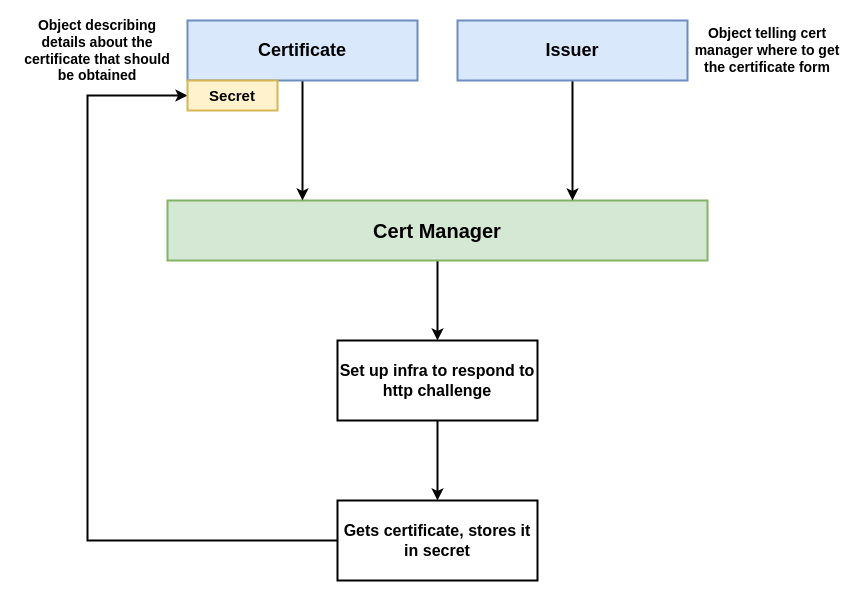
Above: page "Cert Manager" (14 of 14) of kubernetes/Kubernetes_Cluster.drawio in micheal08/mylearningdata (draw.io), before the change. Source tidied: cells renumbered, new cells numbered last; positions are measured from the earlier drawing's top-left corner, leaving out a move shared by most shapes. Both pictures are drawn from the tidied source at 100%, with x=0, y=0 at pixel (17, 20).
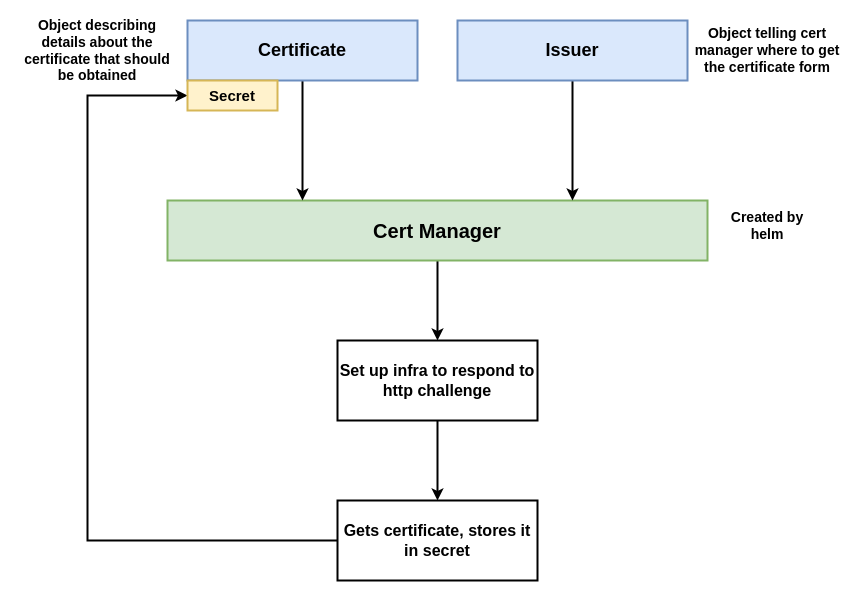
After the change.

Commit message:
Updated cert manager page

Diff of the diagram source:
```diff
@@
 <mxGraphModel>
   <root>
     <mxCell id="0" />
     <mxCell id="1" parent="0" />
     <mxCell id="2" style="edgeStyle=orthogonalEdgeStyle;rounded=0;jettySize=auto;html=1;strokeWidth=2;fontSize=15;" parent="1" edge="1" source="3" target="5">
       <mxGeometry relative="1" as="geometry" />
     </mxCell>
     <mxCell id="3" value="Cert Manager" style="rounded=0;whiteSpace=wrap;html=1;fillColor=#d5e8d4;strokeColor=#82b366;strokeWidth=2;fontStyle=1;fontSize=20;" parent="1" vertex="1">
       <mxGeometry x="150" y="180" width="540" height="60" as="geometry" />
     </mxCell>
     <mxCell id="4" style="edgeStyle=orthogonalEdgeStyle;rounded=0;jettySize=auto;html=1;strokeWidth=2;fontSize=16;" parent="1" edge="1" source="5" target="7">
       <mxGeometry relative="1" as="geometry" />
     </mxCell>
     <mxCell id="5" value="Set up infra to respond to http challenge" style="rounded=0;whiteSpace=wrap;html=1;strokeWidth=2;fontStyle=1;fontSize=16;" parent="1" vertex="1">
       <mxGeometry x="320" y="320" width="200" height="80" as="geometry" />
     </mxCell>
     <mxCell id="6" style="edgeStyle=orthogonalEdgeStyle;rounded=0;jettySize=auto;html=1;entryX=0;entryY=0.5;entryDx=0;entryDy=0;strokeWidth=2;fontSize=16;" parent="1" edge="1" source="7" target="14">
       <mxGeometry relative="1" as="geometry">
         <Array as="points">
           <mxPoint x="70" y="520" />
           <mxPoint x="70" y="75" />
         </Array>
       </mxGeometry>
     </mxCell>
     <mxCell id="7" value="Gets certificate, stores it in secret" style="rounded=0;whiteSpace=wrap;html=1;strokeWidth=2;fontStyle=1;fontSize=16;" parent="1" vertex="1">
       <mxGeometry x="320" y="480" width="200" height="80" as="geometry" />
     </mxCell>
     <mxCell id="8" style="edgeStyle=orthogonalEdgeStyle;rounded=0;jettySize=auto;html=1;entryX=0.25;entryY=0;entryDx=0;entryDy=0;fontSize=18;strokeWidth=2;" parent="1" edge="1" source="9" target="3">
       <mxGeometry relative="1" as="geometry" />
     </mxCell>
     <mxCell id="9" value="Certificate" style="rounded=0;whiteSpace=wrap;html=1;fillColor=#dae8fc;strokeColor=#6c8ebf;strokeWidth=2;fontStyle=1;fontSize=18;" parent="1" vertex="1">
       <mxGeometry x="170" width="230" height="60" as="geometry" />
     </mxCell>
     <mxCell id="10" style="edgeStyle=orthogonalEdgeStyle;rounded=0;jettySize=auto;html=1;entryX=0.75;entryY=0;entryDx=0;entryDy=0;fontSize=18;strokeWidth=2;" parent="1" edge="1" source="11" target="3">
       <mxGeometry relative="1" as="geometry" />
     </mxCell>
     <mxCell id="11" value="Issuer" style="rounded=0;whiteSpace=wrap;html=1;fillColor=#dae8fc;strokeColor=#6c8ebf;strokeWidth=2;fontStyle=1;fontSize=18;" parent="1" vertex="1">
       <mxGeometry x="440" width="230" height="60" as="geometry" />
     </mxCell>
     <mxCell id="12" value="Object telling cert manager where to get the certificate form" style="text;html=1;strokeColor=none;fillColor=none;align=center;verticalAlign=middle;whiteSpace=wrap;rounded=0;fontSize=14;fontStyle=1;" parent="1" vertex="1">
       <mxGeometry x="670" y="5" width="160" height="50" as="geometry" />
     </mxCell>
     <mxCell id="13" value="Object describing details about the certificate that should be obtained" style="text;html=1;strokeColor=none;fillColor=none;align=center;verticalAlign=middle;whiteSpace=wrap;rounded=0;fontSize=14;fontStyle=1;" parent="1" vertex="1">
       <mxGeometry y="5" width="160" height="50" as="geometry" />
     </mxCell>
     <mxCell id="14" value="Secret" style="rounded=0;whiteSpace=wrap;html=1;strokeWidth=2;fontSize=15;fontStyle=1;fillColor=#fff2cc;strokeColor=#d6b656;" parent="1" vertex="1">
       <mxGeometry x="170" y="60" width="90" height="30" as="geometry" />
     </mxCell>
+    <mxCell id="15" value="Created by helm" style="text;html=1;strokeColor=none;fillColor=none;align=center;verticalAlign=middle;whiteSpace=wrap;rounded=0;fontSize=14;fontStyle=1;" parent="1" vertex="1">
+      <mxGeometry x="700" y="180" width="100" height="50" as="geometry" />
+    </mxCell>
   </root>
 </mxGraphModel>
```
